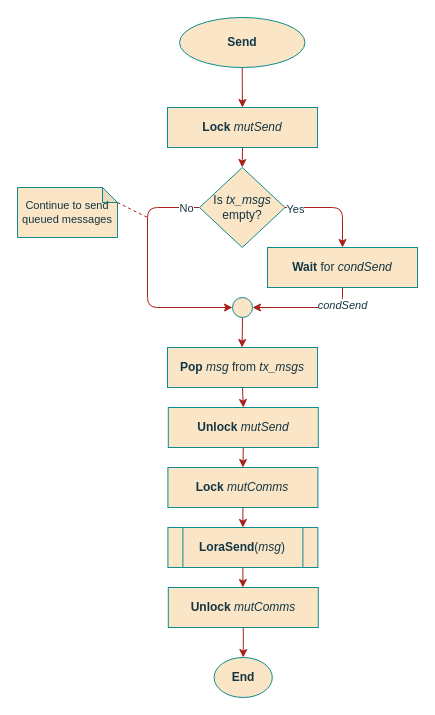
This is page "send" (5 of 6) of project/report/flowcharts/Classes/CLoraComm.drawio from ESRGgroup9/slipad, a draw.io file, before an edit. Source tidied: cells renumbered, new cells numbered last; positions are measured from the earlier drawing's top-left corner, leaving out a move shared by most shapes. Both pictures are drawn from the tidied source at 100%, with x=0, y=0 at pixel (17, 17).
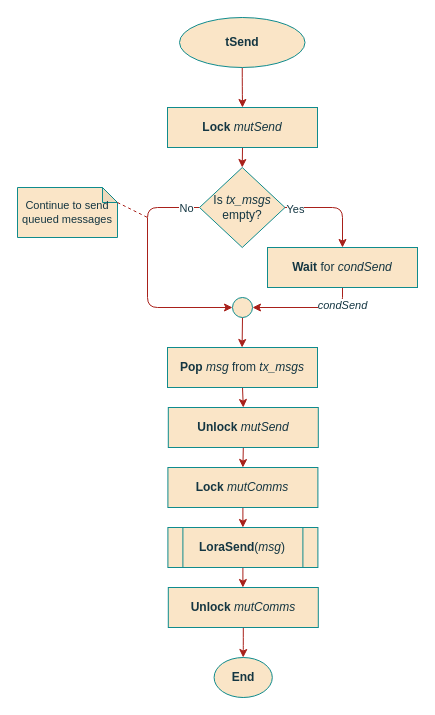
Above is the later version.

What changed in the source:
```diff
@@
-    <mxCell id="3" value="Send" style="ellipse;whiteSpace=wrap;html=1;fillColor=#FAE5C7;strokeColor=#0F8B8D;fontColor=#143642;fontStyle=1;" parent="1" vertex="1">
+    <mxCell id="3" value="tSend" style="ellipse;whiteSpace=wrap;html=1;fillColor=#FAE5C7;strokeColor=#0F8B8D;fontColor=#143642;fontStyle=1;" parent="1" vertex="1">
       <mxGeometry x="162" width="125.5" height="50" as="geometry" />
     </mxCell>
```
